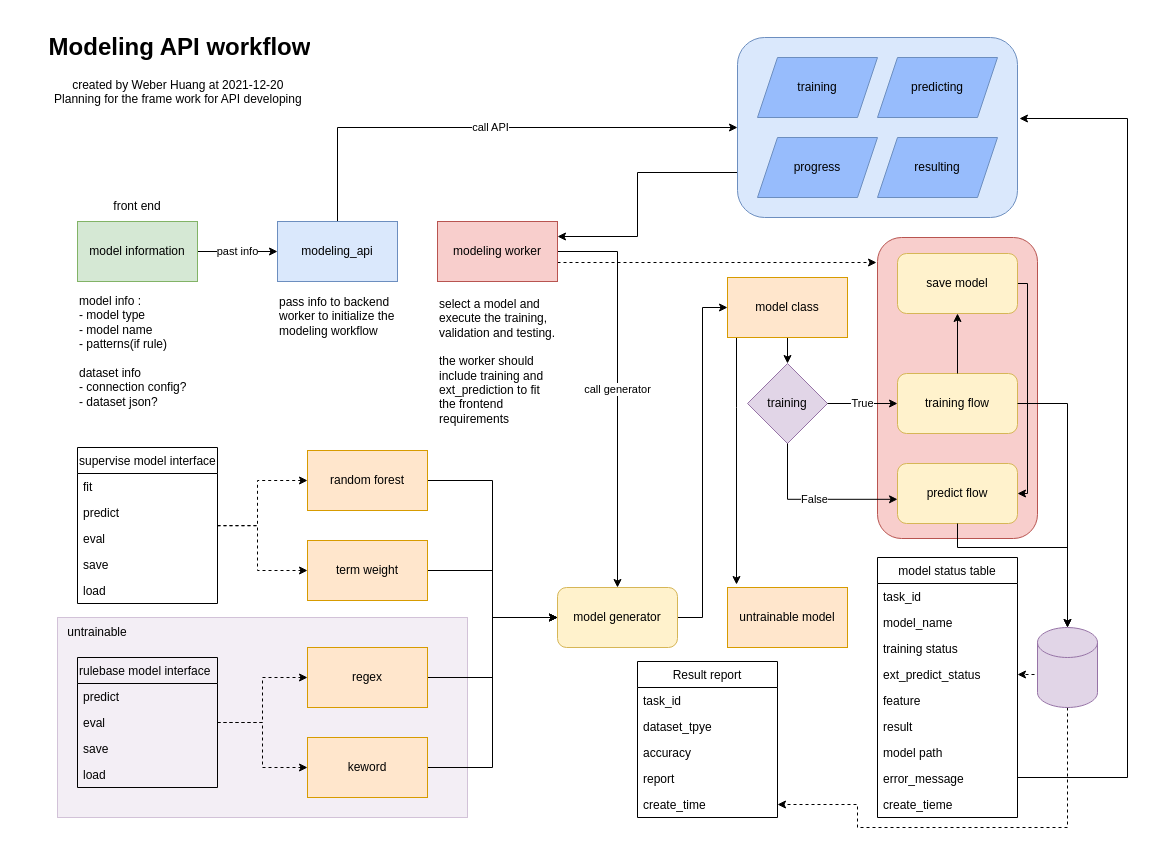
This is page "API planning" (1 of 8) of graph/modeling_api.drawio from ychuang789/labelapi, a draw.io file, before an edit. Source tidied: cells renumbered, new cells numbered last; positions are measured from the earlier drawing's top-left corner, leaving out a move shared by most shapes. Both pictures are drawn from the tidied source at 100%, with x=0, y=0 at pixel (17, 27).
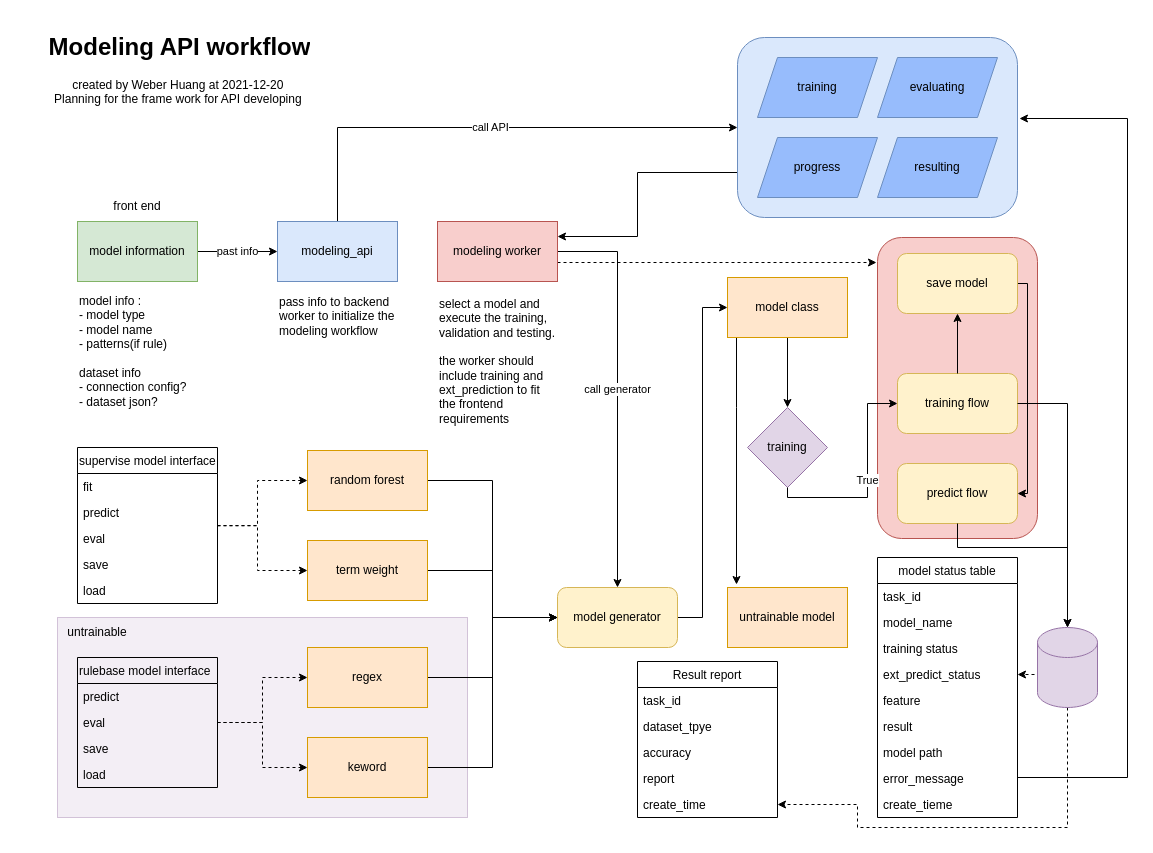
The same diagram, later.

Unchanged cells that the change refers to:
```xml
<mxCell id="59" style="group;" parent="1" vertex="1">
  <mxGeometry x="720" y="10" width="280" height="180" as="geometry" />
</mxCell>
<mxCell id="68" value="training flow" style="rounded=1;whiteSpace=wrap;html=1;align=center;fillColor=#fff2cc;strokeColor=#d6b656;" parent="66" vertex="1">
  <mxGeometry x="20" y="136" width="120" height="60" as="geometry" />
</mxCell>
<mxCell id="69" value="predict flow" style="rounded=1;whiteSpace=wrap;html=1;align=center;fillColor=#fff2cc;strokeColor=#d6b656;" parent="66" vertex="1">
  <mxGeometry x="20" y="226" width="120" height="60" as="geometry" />
</mxCell>
```

What changed in the source:
```diff
@@
     <mxCell id="44" value="training" style="rhombus;whiteSpace=wrap;html=1;align=center;fillColor=#e1d5e7;strokeColor=#9673a6;" parent="1" vertex="1">
-      <mxGeometry x="730" y="336" width="80" height="80" as="geometry" />
+      <mxGeometry x="730" y="380" width="80" height="80" as="geometry" />
     </mxCell>
@@
-    <mxCell id="62" value="predicting" style="shape=parallelogram;perimeter=parallelogramPerimeter;whiteSpace=wrap;html=1;fixedSize=1;align=center;fillColor=#97BCFC;strokeColor=#6c8ebf;" parent="59" vertex="1">
+    <mxCell id="62" value="evaluating" style="shape=parallelogram;perimeter=parallelogramPerimeter;whiteSpace=wrap;html=1;fixedSize=1;align=center;fillColor=#97BCFC;strokeColor=#6c8ebf;" parent="59" vertex="1">
       <mxGeometry x="140" y="20" width="120" height="60" as="geometry" />
     </mxCell>
@@
-    <mxCell id="73" value="True" style="edgeStyle=orthogonalEdgeStyle;rounded=0;jettySize=auto;html=1;entryX=0;entryY=0.5;entryDx=0;entryDy=0;" parent="1" edge="1" source="44" target="68">
-      <mxGeometry relative="1" as="geometry" />
+    <mxCell id="73" value="True" style="edgeStyle=orthogonalEdgeStyle;rounded=0;jettySize=auto;html=1;entryX=0;entryY=0.5;entryDx=0;entryDy=0;exitX=0.5;exitY=1;exitDx=0;exitDy=0;" parent="1" edge="1" source="44" target="68">
+      <mxGeometry relative="1" as="geometry">
+        <Array as="points">
+          <mxPoint x="770" y="470" />
+          <mxPoint x="850" y="470" />
+          <mxPoint x="850" y="376" />
+        </Array>
+      </mxGeometry>
     </mxCell>
-    <mxCell id="74" value="False" style="edgeStyle=orthogonalEdgeStyle;rounded=0;jettySize=auto;html=1;entryX=0;entryY=0.597;entryDx=0;entryDy=0;entryPerimeter=0;" parent="1" edge="1" source="44" target="69">
-      <mxGeometry relative="1" as="geometry">
-        <Array as="points">
-          <mxPoint x="770" y="472" />
-        </Array>
-      </mxGeometry>
-    </mxCell>
```
